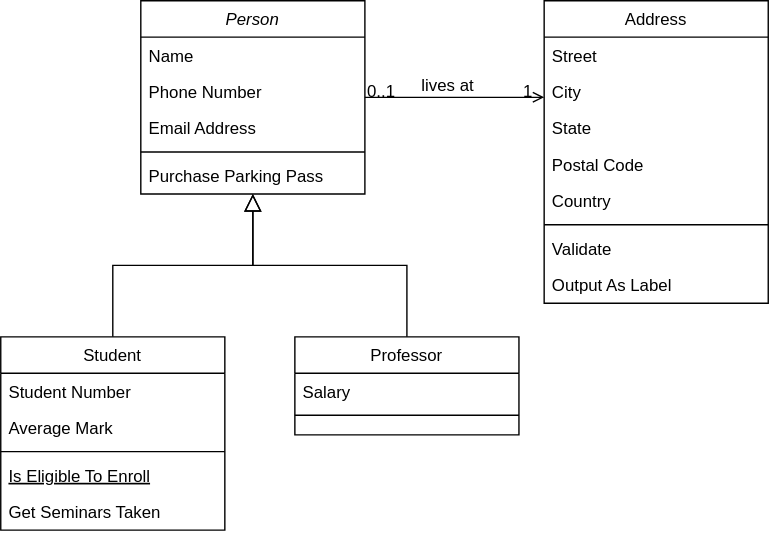
Above: クラス設計.drawio.svg in niituma/TRPG-Commnd (draw.io), before the change. Source tidied: cells renumbered, new cells last; positions are measured from the earlier drawing's top-left corner, leaving out a move shared by most shapes. Its diagram source:
```xml
<mxGraphModel>
  <root>
    <mxCell id="0" />
    <mxCell id="1" parent="0" />
    <mxCell id="2" value="Person" style="swimlane;fontStyle=2;align=center;verticalAlign=top;horizontal=1;startSize=26;rounded=0;shadow=0;strokeWidth=1;" parent="1" vertex="1">
      <mxGeometry x="100" width="160" height="138" as="geometry" />
    </mxCell>
    <mxCell id="3" value="Name" style="text;align=left;verticalAlign=top;spacingLeft=4;spacingRight=4;overflow=hidden;" parent="2" vertex="1">
      <mxGeometry y="26" width="160" height="26" as="geometry" />
    </mxCell>
    <mxCell id="4" value="Phone Number" style="text;align=left;verticalAlign=top;spacingLeft=4;spacingRight=4;overflow=hidden;rounded=0;shadow=0;html=0;" parent="2" vertex="1">
      <mxGeometry y="52" width="160" height="26" as="geometry" />
    </mxCell>
    <mxCell id="5" value="Email Address" style="text;align=left;verticalAlign=top;spacingLeft=4;spacingRight=4;overflow=hidden;rounded=0;shadow=0;html=0;" parent="2" vertex="1">
      <mxGeometry y="78" width="160" height="26" as="geometry" />
    </mxCell>
    <mxCell id="6" style="line;html=1;strokeWidth=1;align=left;verticalAlign=middle;spacingTop=-1;spacingLeft=3;spacingRight=3;labelPosition=right;" parent="2" vertex="1">
      <mxGeometry y="104" width="160" height="8" as="geometry" />
    </mxCell>
    <mxCell id="7" value="Purchase Parking Pass" style="text;align=left;verticalAlign=top;spacingLeft=4;spacingRight=4;overflow=hidden;" parent="2" vertex="1">
      <mxGeometry y="112" width="160" height="26" as="geometry" />
    </mxCell>
    <mxCell id="8" value="Student" style="swimlane;fontStyle=0;align=center;verticalAlign=top;horizontal=1;startSize=26;rounded=0;shadow=0;strokeWidth=1;" parent="1" vertex="1">
      <mxGeometry y="240" width="160" height="138" as="geometry" />
    </mxCell>
    <mxCell id="9" value="Student Number" style="text;align=left;verticalAlign=top;spacingLeft=4;spacingRight=4;overflow=hidden;" parent="8" vertex="1">
      <mxGeometry y="26" width="160" height="26" as="geometry" />
    </mxCell>
    <mxCell id="10" value="Average Mark" style="text;align=left;verticalAlign=top;spacingLeft=4;spacingRight=4;overflow=hidden;rounded=0;shadow=0;html=0;" parent="8" vertex="1">
      <mxGeometry y="52" width="160" height="26" as="geometry" />
    </mxCell>
    <mxCell id="11" style="line;html=1;strokeWidth=1;align=left;verticalAlign=middle;spacingTop=-1;spacingLeft=3;spacingRight=3;labelPosition=right;" parent="8" vertex="1">
      <mxGeometry y="78" width="160" height="8" as="geometry" />
    </mxCell>
    <mxCell id="12" value="Is Eligible To Enroll" style="text;align=left;verticalAlign=top;spacingLeft=4;spacingRight=4;overflow=hidden;fontStyle=4;" parent="8" vertex="1">
      <mxGeometry y="86" width="160" height="26" as="geometry" />
    </mxCell>
    <mxCell id="13" value="Get Seminars Taken" style="text;align=left;verticalAlign=top;spacingLeft=4;spacingRight=4;overflow=hidden;" parent="8" vertex="1">
      <mxGeometry y="112" width="160" height="26" as="geometry" />
    </mxCell>
    <mxCell id="14" style="endArrow=block;endSize=10;endFill=0;shadow=0;strokeWidth=1;rounded=0;edgeStyle=elbowEdgeStyle;elbow=vertical;" parent="1" edge="1" source="8" target="2">
      <mxGeometry relative="1" as="geometry" />
    </mxCell>
    <mxCell id="15" value="Professor" style="swimlane;fontStyle=0;align=center;verticalAlign=top;horizontal=1;startSize=26;rounded=0;shadow=0;strokeWidth=1;" parent="1" vertex="1">
      <mxGeometry x="210" y="240" width="160" height="70" as="geometry" />
    </mxCell>
    <mxCell id="16" value="Salary" style="text;align=left;verticalAlign=top;spacingLeft=4;spacingRight=4;overflow=hidden;" parent="15" vertex="1">
      <mxGeometry y="26" width="160" height="26" as="geometry" />
    </mxCell>
    <mxCell id="17" style="line;html=1;strokeWidth=1;align=left;verticalAlign=middle;spacingTop=-1;spacingLeft=3;spacingRight=3;labelPosition=right;" parent="15" vertex="1">
      <mxGeometry y="52" width="160" height="8" as="geometry" />
    </mxCell>
    <mxCell id="18" style="endArrow=block;endSize=10;endFill=0;shadow=0;strokeWidth=1;rounded=0;edgeStyle=elbowEdgeStyle;elbow=vertical;" parent="1" edge="1" source="15" target="2">
      <mxGeometry relative="1" as="geometry" />
    </mxCell>
    <mxCell id="19" value="Address" style="swimlane;fontStyle=0;align=center;verticalAlign=top;horizontal=1;startSize=26;rounded=0;shadow=0;strokeWidth=1;" parent="1" vertex="1">
      <mxGeometry x="388" width="160" height="216" as="geometry" />
    </mxCell>
    <mxCell id="20" value="Street" style="text;align=left;verticalAlign=top;spacingLeft=4;spacingRight=4;overflow=hidden;" parent="19" vertex="1">
      <mxGeometry y="26" width="160" height="26" as="geometry" />
    </mxCell>
    <mxCell id="21" value="City" style="text;align=left;verticalAlign=top;spacingLeft=4;spacingRight=4;overflow=hidden;rounded=0;shadow=0;html=0;" parent="19" vertex="1">
      <mxGeometry y="52" width="160" height="26" as="geometry" />
    </mxCell>
    <mxCell id="22" value="State" style="text;align=left;verticalAlign=top;spacingLeft=4;spacingRight=4;overflow=hidden;rounded=0;shadow=0;html=0;" parent="19" vertex="1">
      <mxGeometry y="78" width="160" height="26" as="geometry" />
    </mxCell>
    <mxCell id="23" value="Postal Code" style="text;align=left;verticalAlign=top;spacingLeft=4;spacingRight=4;overflow=hidden;rounded=0;shadow=0;html=0;" parent="19" vertex="1">
      <mxGeometry y="104" width="160" height="26" as="geometry" />
    </mxCell>
    <mxCell id="24" value="Country" style="text;align=left;verticalAlign=top;spacingLeft=4;spacingRight=4;overflow=hidden;rounded=0;shadow=0;html=0;" parent="19" vertex="1">
      <mxGeometry y="130" width="160" height="26" as="geometry" />
    </mxCell>
    <mxCell id="25" style="line;html=1;strokeWidth=1;align=left;verticalAlign=middle;spacingTop=-1;spacingLeft=3;spacingRight=3;labelPosition=right;" parent="19" vertex="1">
      <mxGeometry y="156" width="160" height="8" as="geometry" />
    </mxCell>
    <mxCell id="26" value="Validate" style="text;align=left;verticalAlign=top;spacingLeft=4;spacingRight=4;overflow=hidden;" parent="19" vertex="1">
      <mxGeometry y="164" width="160" height="26" as="geometry" />
    </mxCell>
    <mxCell id="27" value="Output As Label" style="text;align=left;verticalAlign=top;spacingLeft=4;spacingRight=4;overflow=hidden;" parent="19" vertex="1">
      <mxGeometry y="190" width="160" height="26" as="geometry" />
    </mxCell>
    <mxCell id="28" style="endArrow=open;shadow=0;strokeWidth=1;rounded=0;endFill=1;edgeStyle=elbowEdgeStyle;elbow=vertical;" parent="1" edge="1" source="2" target="19">
      <mxGeometry x="0.5" y="41" relative="1" as="geometry">
        <mxPoint x="-40" y="32" as="offset" />
      </mxGeometry>
    </mxCell>
    <mxCell id="29" value="0..1" style="align=left;verticalAlign=bottom;labelBackgroundColor=none;fontSize=12;" parent="28" vertex="1">
      <mxGeometry x="-1" relative="1" as="geometry">
        <mxPoint y="4" as="offset" />
      </mxGeometry>
    </mxCell>
    <mxCell id="30" value="1" style="align=right;verticalAlign=bottom;labelBackgroundColor=none;fontSize=12;" parent="28" vertex="1">
      <mxGeometry x="1" relative="1" as="geometry">
        <mxPoint x="-7" y="4" as="offset" />
      </mxGeometry>
    </mxCell>
    <mxCell id="31" value="lives at" style="text;html=1;align=center;verticalAlign=middle;labelBackgroundColor=none;rounded=0;shadow=0;strokeWidth=1;fontSize=12;" parent="28" vertex="1">
      <mxGeometry x="0.5" y="49" relative="1" as="geometry">
        <mxPoint x="-38" y="40" as="offset" />
      </mxGeometry>
    </mxCell>
  </root>
</mxGraphModel>
```
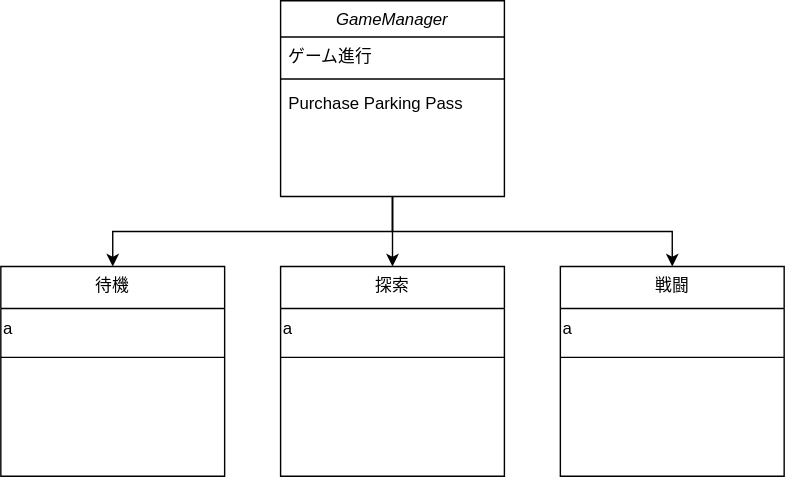
After the commit.

Commit message:
クラス設計.drawio.svg を更新します

Change to the diagram source:
```diff
@@ -2,103 +2,53 @@
   <root>
     <mxCell id="0" />
     <mxCell id="1" parent="0" />
+    <mxCell id="32" style="edgeStyle=orthogonalEdgeStyle;rounded=0;jettySize=auto;html=1;exitX=0.5;exitY=1;exitDx=0;exitDy=0;entryX=0.5;entryY=0;entryDx=0;entryDy=0;" parent="1" edge="1" source="2" target="38">
+      <mxGeometry relative="1" as="geometry" />
+    </mxCell>
+    <mxCell id="33" style="edgeStyle=orthogonalEdgeStyle;rounded=0;jettySize=auto;html=1;exitX=0.5;exitY=1;exitDx=0;exitDy=0;entryX=0.5;entryY=0;entryDx=0;entryDy=0;" parent="1" edge="1" source="2" target="35">
+      <mxGeometry relative="1" as="geometry" />
+    </mxCell>
+    <mxCell id="28" style="edgeStyle=orthogonalEdgeStyle;rounded=0;jettySize=auto;html=1;exitX=0.5;exitY=1;exitDx=0;exitDy=0;entryX=0.5;entryY=0;entryDx=0;entryDy=0;" parent="1" edge="1" source="2" target="19">
+      <mxGeometry relative="1" as="geometry" />
+    </mxCell>
-    <mxCell id="2" value="Person" style="swimlane;fontStyle=2;align=center;verticalAlign=top;horizontal=1;startSize=26;rounded=0;shadow=0;strokeWidth=1;" parent="1" vertex="1">
-      <mxGeometry x="100" width="160" height="138" as="geometry" />
+    <mxCell id="2" value="GameManager" style="swimlane;fontStyle=2;align=center;verticalAlign=top;horizontal=1;startSize=26;rounded=0;shadow=0;strokeWidth=1;" parent="1" vertex="1">
+      <mxGeometry x="200" y="-60" width="160" height="140" as="geometry" />
     </mxCell>
-    <mxCell id="3" value="Name" style="text;align=left;verticalAlign=top;spacingLeft=4;spacingRight=4;overflow=hidden;" parent="2" vertex="1">
-      <mxGeometry y="26" width="160" height="26" as="geometry" />
-    </mxCell>
-    <mxCell id="4" value="Phone Number" style="text;align=left;verticalAlign=top;spacingLeft=4;spacingRight=4;overflow=hidden;rounded=0;shadow=0;html=0;" parent="2" vertex="1">
-      <mxGeometry y="52" width="160" height="26" as="geometry" />
-    </mxCell>
-    <mxCell id="5" value="Email Address" style="text;align=left;verticalAlign=top;spacingLeft=4;spacingRight=4;overflow=hidden;rounded=0;shadow=0;html=0;" parent="2" vertex="1">
-      <mxGeometry y="78" width="160" height="26" as="geometry" />
+    <mxCell id="5" value="ゲーム進行" style="text;align=left;verticalAlign=top;spacingLeft=4;spacingRight=4;overflow=hidden;rounded=0;shadow=0;html=0;" parent="2" vertex="1">
+      <mxGeometry y="26" width="160" height="26" as="geometry" />
     </mxCell>
     <mxCell id="6" style="line;html=1;strokeWidth=1;align=left;verticalAlign=middle;spacingTop=-1;spacingLeft=3;spacingRight=3;labelPosition=right;" parent="2" vertex="1">
-      <mxGeometry y="104" width="160" height="8" as="geometry" />
+      <mxGeometry y="52" width="160" height="8" as="geometry" />
     </mxCell>
     <mxCell id="7" value="Purchase Parking Pass" style="text;align=left;verticalAlign=top;spacingLeft=4;spacingRight=4;overflow=hidden;" parent="2" vertex="1">
-      <mxGeometry y="112" width="160" height="26" as="geometry" />
+      <mxGeometry y="60" width="160" height="26" as="geometry" />
     </mxCell>
-    <mxCell id="8" value="Student" style="swimlane;fontStyle=0;align=center;verticalAlign=top;horizontal=1;startSize=26;rounded=0;shadow=0;strokeWidth=1;" parent="1" vertex="1">
-      <mxGeometry y="240" width="160" height="138" as="geometry" />
-    </mxCell>
-    <mxCell id="9" value="Student Number" style="text;align=left;verticalAlign=top;spacingLeft=4;spacingRight=4;overflow=hidden;" parent="8" vertex="1">
-      <mxGeometry y="26" width="160" height="26" as="geometry" />
-    </mxCell>
-    <mxCell id="10" value="Average Mark" style="text;align=left;verticalAlign=top;spacingLeft=4;spacingRight=4;overflow=hidden;rounded=0;shadow=0;html=0;" parent="8" vertex="1">
-      <mxGeometry y="52" width="160" height="26" as="geometry" />
-    </mxCell>
-    <mxCell id="11" style="line;html=1;strokeWidth=1;align=left;verticalAlign=middle;spacingTop=-1;spacingLeft=3;spacingRight=3;labelPosition=right;" parent="8" vertex="1">
-      <mxGeometry y="78" width="160" height="8" as="geometry" />
-    </mxCell>
-    <mxCell id="12" value="Is Eligible To Enroll" style="text;align=left;verticalAlign=top;spacingLeft=4;spacingRight=4;overflow=hidden;fontStyle=4;" parent="8" vertex="1">
-      <mxGeometry y="86" width="160" height="26" as="geometry" />
-    </mxCell>
-    <mxCell id="13" value="Get Seminars Taken" style="text;align=left;verticalAlign=top;spacingLeft=4;spacingRight=4;overflow=hidden;" parent="8" vertex="1">
-      <mxGeometry y="112" width="160" height="26" as="geometry" />
-    </mxCell>
-    <mxCell id="14" style="endArrow=block;endSize=10;endFill=0;shadow=0;strokeWidth=1;rounded=0;edgeStyle=elbowEdgeStyle;elbow=vertical;" parent="1" edge="1" source="8" target="2">
-      <mxGeometry relative="1" as="geometry" />
-    </mxCell>
-    <mxCell id="15" value="Professor" style="swimlane;fontStyle=0;align=center;verticalAlign=top;horizontal=1;startSize=26;rounded=0;shadow=0;strokeWidth=1;" parent="1" vertex="1">
-      <mxGeometry x="210" y="240" width="160" height="70" as="geometry" />
-    </mxCell>
-    <mxCell id="16" value="Salary" style="text;align=left;verticalAlign=top;spacingLeft=4;spacingRight=4;overflow=hidden;" parent="15" vertex="1">
-      <mxGeometry y="26" width="160" height="26" as="geometry" />
-    </mxCell>
-    <mxCell id="17" style="line;html=1;strokeWidth=1;align=left;verticalAlign=middle;spacingTop=-1;spacingLeft=3;spacingRight=3;labelPosition=right;" parent="15" vertex="1">
-      <mxGeometry y="52" width="160" height="8" as="geometry" />
-    </mxCell>
-    <mxCell id="18" style="endArrow=block;endSize=10;endFill=0;shadow=0;strokeWidth=1;rounded=0;edgeStyle=elbowEdgeStyle;elbow=vertical;" parent="1" edge="1" source="15" target="2">
-      <mxGeometry relative="1" as="geometry" />
-    </mxCell>
-    <mxCell id="19" value="Address" style="swimlane;fontStyle=0;align=center;verticalAlign=top;horizontal=1;startSize=26;rounded=0;shadow=0;strokeWidth=1;" parent="1" vertex="1">
-      <mxGeometry x="388" width="160" height="216" as="geometry" />
+    <mxCell id="19" value="戦闘" style="swimlane;fontStyle=0;align=center;verticalAlign=top;horizontal=1;startSize=30;rounded=0;shadow=0;strokeWidth=1;" parent="1" vertex="1">
+      <mxGeometry x="400" y="130" width="160" height="150" as="geometry" />
     </mxCell>
-    <mxCell id="20" value="Street" style="text;align=left;verticalAlign=top;spacingLeft=4;spacingRight=4;overflow=hidden;" parent="19" vertex="1">
-      <mxGeometry y="26" width="160" height="26" as="geometry" />
-    </mxCell>
-    <mxCell id="21" value="City" style="text;align=left;verticalAlign=top;spacingLeft=4;spacingRight=4;overflow=hidden;rounded=0;shadow=0;html=0;" parent="19" vertex="1">
-      <mxGeometry y="52" width="160" height="26" as="geometry" />
-    </mxCell>
-    <mxCell id="22" value="State" style="text;align=left;verticalAlign=top;spacingLeft=4;spacingRight=4;overflow=hidden;rounded=0;shadow=0;html=0;" parent="19" vertex="1">
-      <mxGeometry y="78" width="160" height="26" as="geometry" />
-    </mxCell>
-    <mxCell id="23" value="Postal Code" style="text;align=left;verticalAlign=top;spacingLeft=4;spacingRight=4;overflow=hidden;rounded=0;shadow=0;html=0;" parent="19" vertex="1">
-      <mxGeometry y="104" width="160" height="26" as="geometry" />
-    </mxCell>
-    <mxCell id="24" value="Country" style="text;align=left;verticalAlign=top;spacingLeft=4;spacingRight=4;overflow=hidden;rounded=0;shadow=0;html=0;" parent="19" vertex="1">
-      <mxGeometry y="130" width="160" height="26" as="geometry" />
-    </mxCell>
+    <mxCell id="34" value="a" style="text;html=1;align=left;verticalAlign=middle;strokeColor=none;fillColor=none;" parent="19" vertex="1">
+      <mxGeometry y="30" width="160" height="30" as="geometry" />
+    </mxCell>
     <mxCell id="25" style="line;html=1;strokeWidth=1;align=left;verticalAlign=middle;spacingTop=-1;spacingLeft=3;spacingRight=3;labelPosition=right;" parent="19" vertex="1">
-      <mxGeometry y="156" width="160" height="8" as="geometry" />
+      <mxGeometry y="60" width="160" height="10" as="geometry" />
     </mxCell>
-    <mxCell id="26" value="Validate" style="text;align=left;verticalAlign=top;spacingLeft=4;spacingRight=4;overflow=hidden;" parent="19" vertex="1">
-      <mxGeometry y="164" width="160" height="26" as="geometry" />
-    </mxCell>
-    <mxCell id="27" value="Output As Label" style="text;align=left;verticalAlign=top;spacingLeft=4;spacingRight=4;overflow=hidden;" parent="19" vertex="1">
-      <mxGeometry y="190" width="160" height="26" as="geometry" />
-    </mxCell>
-    <mxCell id="28" style="endArrow=open;shadow=0;strokeWidth=1;rounded=0;endFill=1;edgeStyle=elbowEdgeStyle;elbow=vertical;" parent="1" edge="1" source="2" target="19">
-      <mxGeometry x="0.5" y="41" relative="1" as="geometry">
-        <mxPoint x="-40" y="32" as="offset" />
-      </mxGeometry>
-    </mxCell>
-    <mxCell id="29" value="0..1" style="align=left;verticalAlign=bottom;labelBackgroundColor=none;fontSize=12;" parent="28" vertex="1">
-      <mxGeometry x="-1" relative="1" as="geometry">
-        <mxPoint y="4" as="offset" />
-      </mxGeometry>
-    </mxCell>
-    <mxCell id="30" value="1" style="align=right;verticalAlign=bottom;labelBackgroundColor=none;fontSize=12;" parent="28" vertex="1">
-      <mxGeometry x="1" relative="1" as="geometry">
-        <mxPoint x="-7" y="4" as="offset" />
-      </mxGeometry>
-    </mxCell>
-    <mxCell id="31" value="lives at" style="text;html=1;align=center;verticalAlign=middle;labelBackgroundColor=none;rounded=0;shadow=0;strokeWidth=1;fontSize=12;" parent="28" vertex="1">
-      <mxGeometry x="0.5" y="49" relative="1" as="geometry">
-        <mxPoint x="-38" y="40" as="offset" />
-      </mxGeometry>
-    </mxCell>
+    <mxCell id="35" value="探索" style="swimlane;fontStyle=0;align=center;verticalAlign=top;horizontal=1;startSize=30;rounded=0;shadow=0;strokeWidth=1;" parent="1" vertex="1">
+      <mxGeometry x="200" y="130" width="160" height="150" as="geometry" />
+    </mxCell>
+    <mxCell id="36" value="a" style="text;html=1;align=left;verticalAlign=middle;strokeColor=none;fillColor=none;" parent="35" vertex="1">
+      <mxGeometry y="30" width="160" height="30" as="geometry" />
+    </mxCell>
+    <mxCell id="37" style="line;html=1;strokeWidth=1;align=left;verticalAlign=middle;spacingTop=-1;spacingLeft=3;spacingRight=3;labelPosition=right;" parent="35" vertex="1">
+      <mxGeometry y="60" width="160" height="10" as="geometry" />
+    </mxCell>
+    <mxCell id="38" value="待機" style="swimlane;fontStyle=0;align=center;verticalAlign=top;horizontal=1;startSize=30;rounded=0;shadow=0;strokeWidth=1;" parent="1" vertex="1">
+      <mxGeometry y="130" width="160" height="150" as="geometry" />
+    </mxCell>
+    <mxCell id="39" value="a" style="text;html=1;align=left;verticalAlign=middle;strokeColor=none;fillColor=none;" parent="38" vertex="1">
+      <mxGeometry y="30" width="160" height="30" as="geometry" />
+    </mxCell>
+    <mxCell id="40" style="line;html=1;strokeWidth=1;align=left;verticalAlign=middle;spacingTop=-1;spacingLeft=3;spacingRight=3;labelPosition=right;" parent="38" vertex="1">
+      <mxGeometry y="60" width="160" height="10" as="geometry" />
+    </mxCell>
   </root>
 </mxGraphModel>
```
